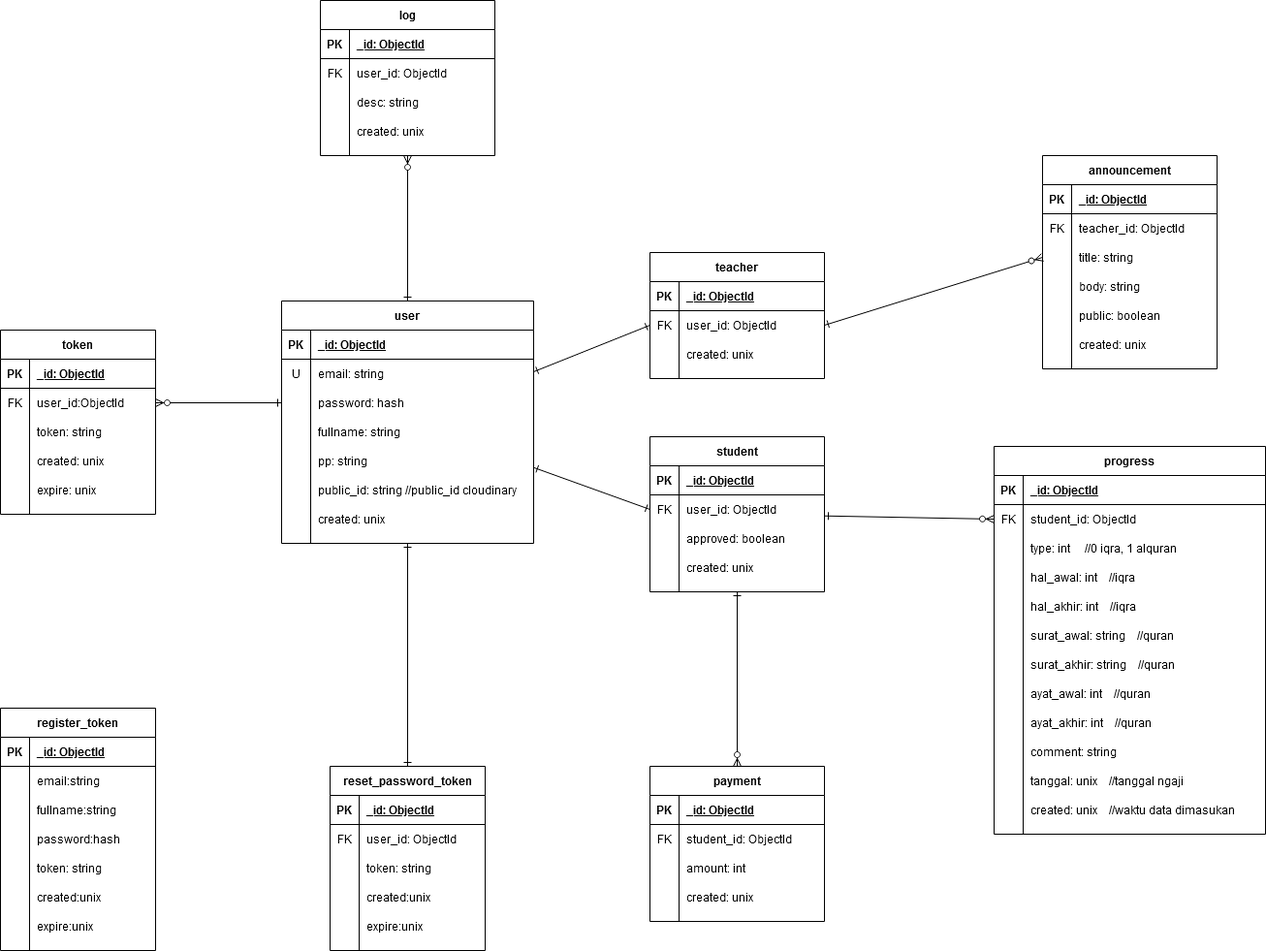
Before: diagram/SIPEMA ERD.png, a diagram exported from draw.io (FarhanHP/SIPEMA). Source tidied: cells renumbered, new cells last; positions are measured from the earlier drawing's top-left corner, leaving out a move shared by most shapes.
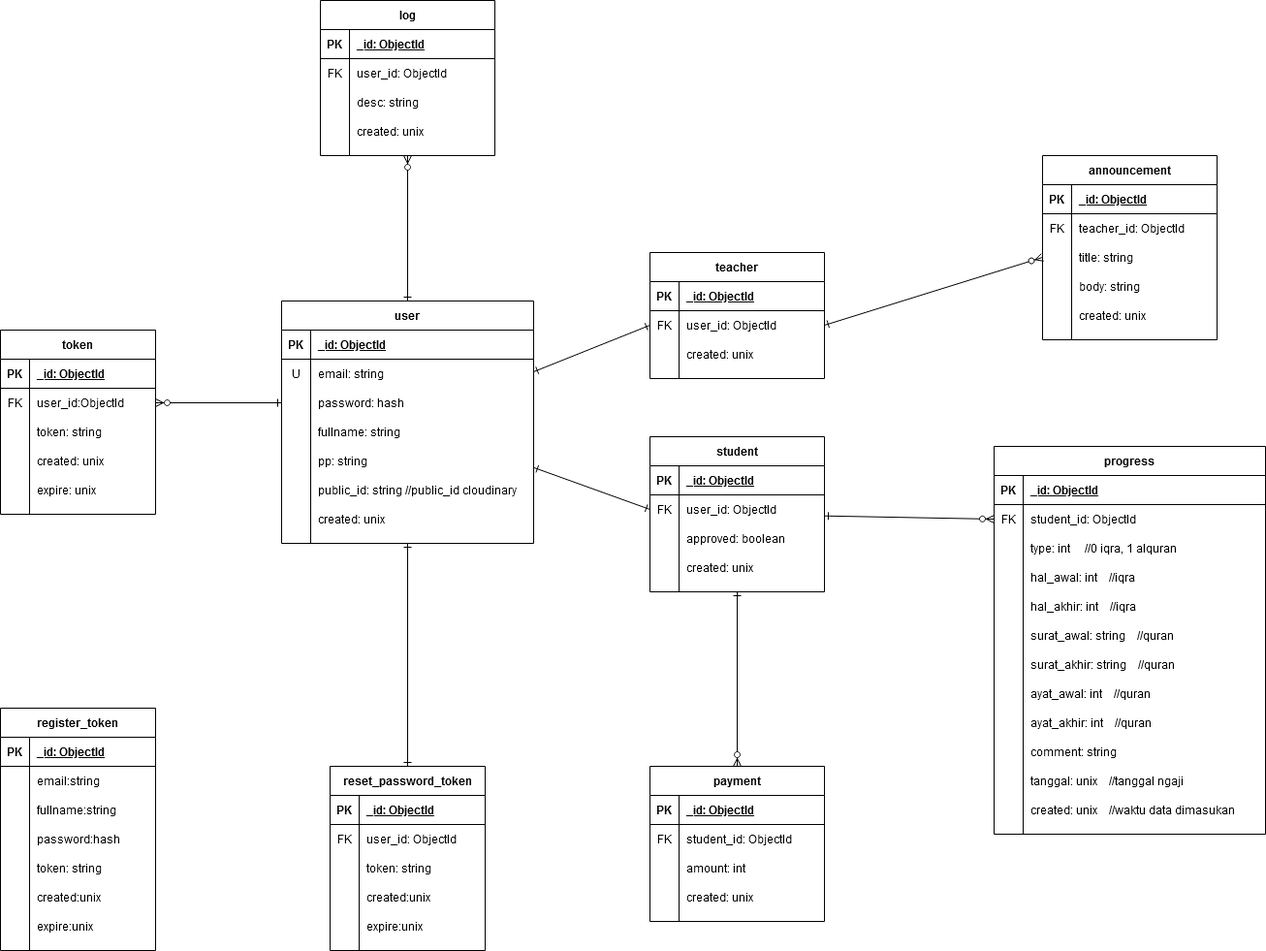
Later version of the same file.

What changed in the source:
```diff
@@ -159,7 +159,7 @@
       <mxGeometry x="30" width="150" height="30" as="geometry" />
     </mxCell>
     <mxCell id="54" value="announcement" style="shape=table;startSize=30;rowLines=0;fontStyle=1;align=center;" parent="1" vertex="1">
-      <mxGeometry x="1075" y="160" width="180" height="220" as="geometry" />
+      <mxGeometry x="1075" y="160" width="180" height="190" as="geometry" />
     </mxCell>
     <mxCell id="55" style="shape=partialRectangle;fillColor=none;top=0;left=0;bottom=1;right=0;" parent="54" vertex="1">
       <mxGeometry y="30" width="180" height="30" as="geometry" />
@@ -197,17 +197,8 @@
     <mxCell id="66" value="body: string" style="shape=partialRectangle;fillColor=none;top=0;left=0;bottom=0;right=0;align=left;spacingLeft=6;overflow=hidden;" parent="64" vertex="1">
       <mxGeometry x="30" width="150" height="30" as="geometry" />
     </mxCell>
-    <mxCell id="67" style="shape=partialRectangle;fillColor=none;top=0;left=0;bottom=0;right=0;" parent="54" vertex="1">
-      <mxGeometry y="150" width="180" height="30" as="geometry" />
-    </mxCell>
-    <mxCell id="68" style="shape=partialRectangle;fillColor=none;top=0;left=0;bottom=0;right=0;overflow=hidden;" parent="67" vertex="1">
-      <mxGeometry width="30" height="30" as="geometry" />
-    </mxCell>
-    <mxCell id="69" value="public: boolean" style="shape=partialRectangle;fillColor=none;top=0;left=0;bottom=0;right=0;align=left;spacingLeft=6;overflow=hidden;" parent="67" vertex="1">
-      <mxGeometry x="30" width="150" height="30" as="geometry" />
-    </mxCell>
     <mxCell id="70" style="shape=partialRectangle;fillColor=none;top=0;left=0;bottom=0;right=0;" parent="54" vertex="1">
-      <mxGeometry y="180" width="180" height="30" as="geometry" />
+      <mxGeometry y="150" width="180" height="30" as="geometry" />
     </mxCell>
     <mxCell id="71" style="shape=partialRectangle;fillColor=none;top=0;left=0;bottom=0;right=0;overflow=hidden;" parent="70" vertex="1">
       <mxGeometry width="30" height="30" as="geometry" />
```
